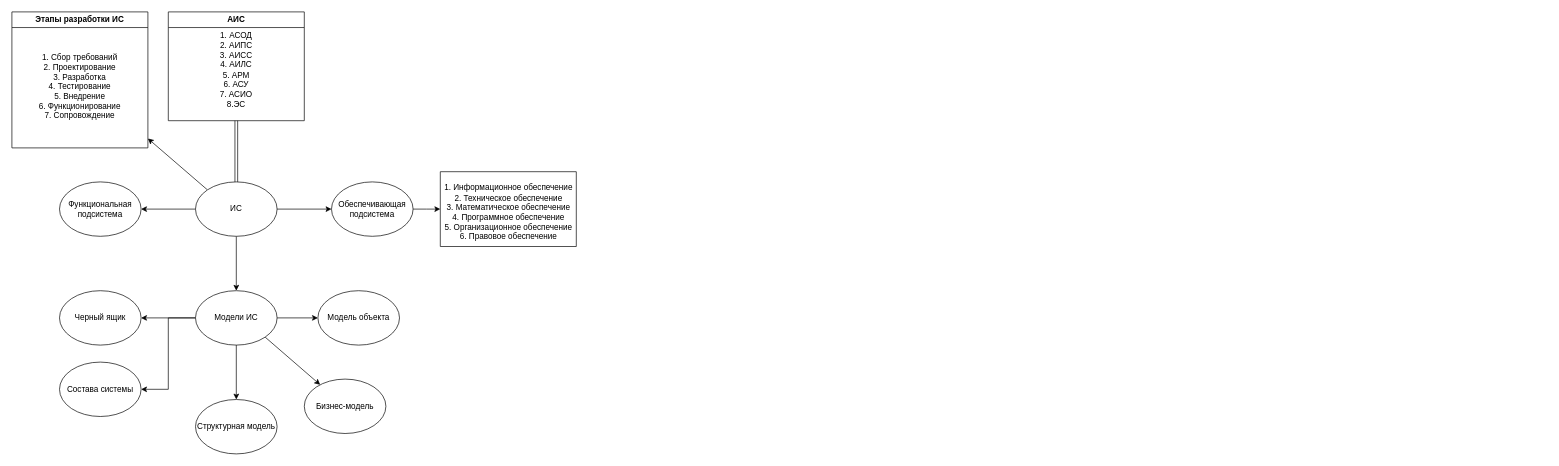
Grigosty/diagrammsForStudy keeps this draw.io diagram as конспект теория 9.drawio. Above is the earlier version. Source tidied: cells renumbered, new cells numbered last; positions are measured from the earlier drawing's top-left corner, leaving out a move shared by most shapes. Both pictures are drawn from the tidied source at 68%, with x=0, y=0 at pixel (12, 12).
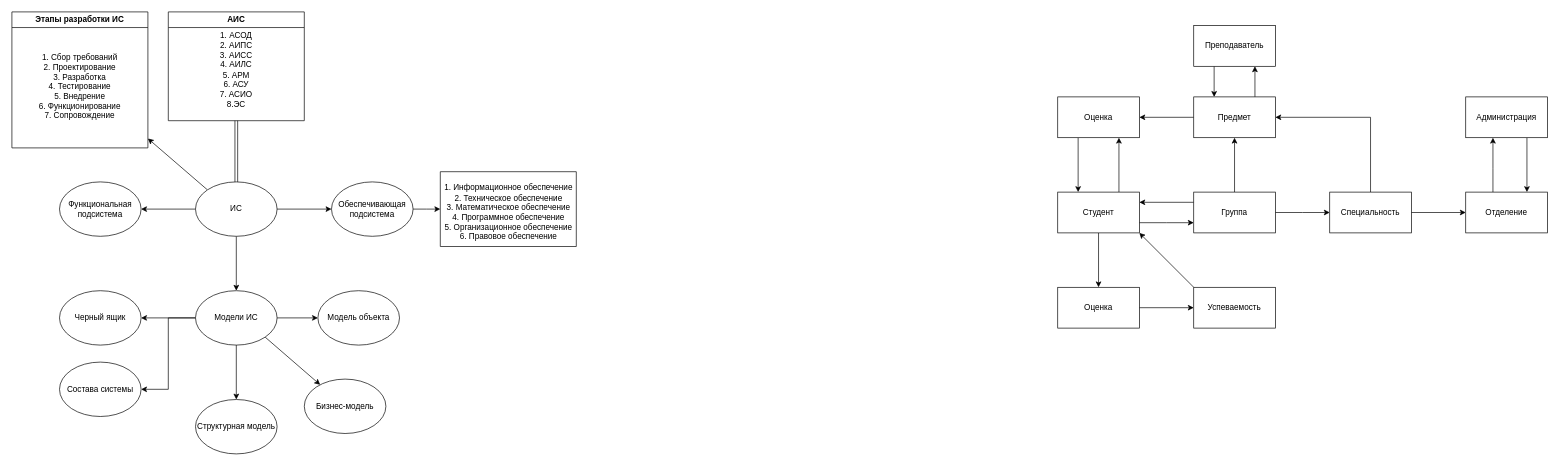
The same diagram, later.

What changed in the source:
```diff
@@
+    <mxCell id="28" style="edgeStyle=orthogonalEdgeStyle;rounded=0;jettySize=auto;html=1;" parent="1" edge="1" source="31" target="35">
+      <mxGeometry relative="1" as="geometry">
+        <Array as="points">
+          <mxPoint x="1698" y="310" />
+          <mxPoint x="1698" y="310" />
+        </Array>
+      </mxGeometry>
+    </mxCell>
+    <mxCell id="29" style="edgeStyle=orthogonalEdgeStyle;rounded=0;jettySize=auto;html=1;" parent="1" edge="1" source="31" target="37">
+      <mxGeometry relative="1" as="geometry" />
+    </mxCell>
+    <mxCell id="30" style="edgeStyle=orthogonalEdgeStyle;rounded=0;jettySize=auto;html=1;exitX=0.75;exitY=0;exitDx=0;exitDy=0;entryX=0.75;entryY=1;entryDx=0;entryDy=0;" parent="1" edge="1" source="31" target="47">
+      <mxGeometry relative="1" as="geometry" />
+    </mxCell>
+    <mxCell id="31" value="Студент" style="rounded=0;whiteSpace=wrap;html=1;" parent="1" vertex="1">
+      <mxGeometry x="1538" y="265" width="120" height="60" as="geometry" />
+    </mxCell>
+    <mxCell id="32" style="edgeStyle=orthogonalEdgeStyle;rounded=0;jettySize=auto;html=1;exitX=0;exitY=0.25;exitDx=0;exitDy=0;entryX=1;entryY=0.25;entryDx=0;entryDy=0;" parent="1" edge="1" source="35" target="31">
+      <mxGeometry relative="1" as="geometry" />
+    </mxCell>
+    <mxCell id="33" style="edgeStyle=orthogonalEdgeStyle;rounded=0;jettySize=auto;html=1;" parent="1" edge="1" source="35" target="40">
+      <mxGeometry relative="1" as="geometry">
+        <Array as="points">
+          <mxPoint x="1898" y="295" />
+          <mxPoint x="1898" y="295" />
+        </Array>
+      </mxGeometry>
+    </mxCell>
+    <mxCell id="34" style="edgeStyle=orthogonalEdgeStyle;rounded=0;jettySize=auto;html=1;" parent="1" edge="1" source="35" target="45">
+      <mxGeometry relative="1" as="geometry" />
+    </mxCell>
+    <mxCell id="35" value="Группа" style="rounded=0;whiteSpace=wrap;html=1;" parent="1" vertex="1">
+      <mxGeometry x="1738" y="265" width="120" height="60" as="geometry" />
+    </mxCell>
+    <mxCell id="36" style="edgeStyle=orthogonalEdgeStyle;rounded=0;jettySize=auto;html=1;" parent="1" edge="1" source="37" target="49">
+      <mxGeometry relative="1" as="geometry" />
+    </mxCell>
+    <mxCell id="37" value="Оценка" style="rounded=0;whiteSpace=wrap;html=1;" parent="1" vertex="1">
+      <mxGeometry x="1538" y="405" width="120" height="60" as="geometry" />
+    </mxCell>
+    <mxCell id="38" style="edgeStyle=orthogonalEdgeStyle;rounded=0;jettySize=auto;html=1;" parent="1" edge="1" source="40" target="42">
+      <mxGeometry relative="1" as="geometry" />
+    </mxCell>
+    <mxCell id="39" style="edgeStyle=orthogonalEdgeStyle;rounded=0;jettySize=auto;html=1;exitX=0.5;exitY=0;exitDx=0;exitDy=0;entryX=1;entryY=0.5;entryDx=0;entryDy=0;" parent="1" edge="1" source="40" target="45">
+      <mxGeometry relative="1" as="geometry" />
+    </mxCell>
+    <mxCell id="40" value="Специальность" style="rounded=0;whiteSpace=wrap;html=1;" parent="1" vertex="1">
+      <mxGeometry x="1938" y="265" width="120" height="60" as="geometry" />
+    </mxCell>
+    <mxCell id="41" style="edgeStyle=orthogonalEdgeStyle;rounded=0;jettySize=auto;html=1;" parent="1" edge="1" source="42" target="51">
+      <mxGeometry relative="1" as="geometry">
+        <Array as="points">
+          <mxPoint x="2178" y="230" />
+          <mxPoint x="2178" y="230" />
+        </Array>
+      </mxGeometry>
+    </mxCell>
+    <mxCell id="42" value="Отделение" style="rounded=0;whiteSpace=wrap;html=1;" parent="1" vertex="1">
+      <mxGeometry x="2138" y="265" width="120" height="60" as="geometry" />
+    </mxCell>
+    <mxCell id="43" style="edgeStyle=orthogonalEdgeStyle;rounded=0;jettySize=auto;html=1;" parent="1" edge="1" source="45" target="47">
+      <mxGeometry relative="1" as="geometry" />
+    </mxCell>
+    <mxCell id="44" style="edgeStyle=orthogonalEdgeStyle;rounded=0;jettySize=auto;html=1;exitX=0.75;exitY=0;exitDx=0;exitDy=0;entryX=0.75;entryY=1;entryDx=0;entryDy=0;" parent="1" edge="1" source="45" target="53">
+      <mxGeometry relative="1" as="geometry" />
+    </mxCell>
+    <mxCell id="45" value="Предмет" style="rounded=0;whiteSpace=wrap;html=1;" parent="1" vertex="1">
+      <mxGeometry x="1738" y="125" width="120" height="60" as="geometry" />
+    </mxCell>
+    <mxCell id="46" style="edgeStyle=orthogonalEdgeStyle;rounded=0;jettySize=auto;html=1;exitX=0.25;exitY=1;exitDx=0;exitDy=0;entryX=0.25;entryY=0;entryDx=0;entryDy=0;" parent="1" edge="1" source="47" target="31">
+      <mxGeometry relative="1" as="geometry" />
+    </mxCell>
+    <mxCell id="47" value="Оценка" style="rounded=0;whiteSpace=wrap;html=1;" parent="1" vertex="1">
+      <mxGeometry x="1538" y="125" width="120" height="60" as="geometry" />
+    </mxCell>
+    <mxCell id="48" style="rounded=0;jettySize=auto;html=1;exitX=0;exitY=0;exitDx=0;exitDy=0;entryX=1;entryY=1;entryDx=0;entryDy=0;" parent="1" edge="1" source="49" target="31">
+      <mxGeometry relative="1" as="geometry" />
+    </mxCell>
+    <mxCell id="49" value="Успеваемость" style="rounded=0;whiteSpace=wrap;html=1;" parent="1" vertex="1">
+      <mxGeometry x="1738" y="405" width="120" height="60" as="geometry" />
+    </mxCell>
+    <mxCell id="50" style="edgeStyle=orthogonalEdgeStyle;rounded=0;jettySize=auto;html=1;exitX=0.75;exitY=1;exitDx=0;exitDy=0;entryX=0.75;entryY=0;entryDx=0;entryDy=0;" parent="1" edge="1" source="51" target="42">
+      <mxGeometry relative="1" as="geometry" />
+    </mxCell>
+    <mxCell id="51" value="Администрация" style="rounded=0;whiteSpace=wrap;html=1;" parent="1" vertex="1">
+      <mxGeometry x="2138" y="125" width="120" height="60" as="geometry" />
+    </mxCell>
+    <mxCell id="52" style="edgeStyle=orthogonalEdgeStyle;rounded=0;jettySize=auto;html=1;exitX=0.25;exitY=1;exitDx=0;exitDy=0;entryX=0.25;entryY=0;entryDx=0;entryDy=0;" parent="1" edge="1" source="53" target="45">
+      <mxGeometry relative="1" as="geometry" />
+    </mxCell>
+    <mxCell id="53" value="Преподаватель" style="rounded=0;whiteSpace=wrap;html=1;" parent="1" vertex="1">
+      <mxGeometry x="1738" y="20" width="120" height="60" as="geometry" />
+    </mxCell>
```
